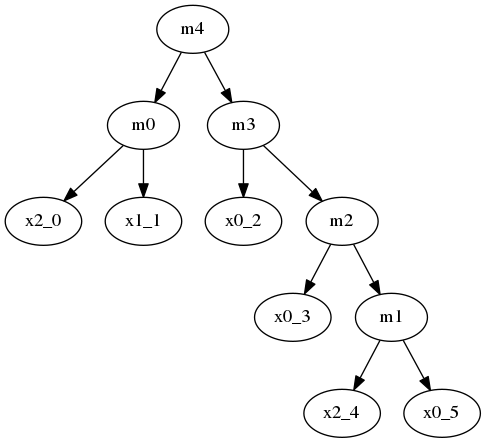
iitramar/guiTool keeps this Graphviz diagram as GuiTool/image/Minmix/MinmixDot.png. Above is the earlier version. Its source is kept beside it as GuiTool/image/Minmix/MinmixDot.dot. The source it was exported from:
```dot
digraph minmix{
rankdir = TD;
 size="8,10.5";
 m4 -> m0 ;
m4 -> m3;
m0 -> x2_0 ;
m0 -> x1_1;
m3 -> x0_2 ;
m3 -> m2;
m2 -> x0_3 ;
m2 -> m1;
m1 -> x2_4 ;
m1 -> x0_5;
}
```
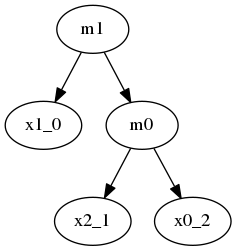
After the change.

Change to the diagram source:
```diff
@@ -1,14 +1,8 @@
 digraph minmix{
 rankdir = TD;
  size="8,10.5";
- m4 -> m0 ;
-m4 -> m3;
-m0 -> x2_0 ;
-m0 -> x1_1;
-m3 -> x0_2 ;
-m3 -> m2;
-m2 -> x0_3 ;
-m2 -> m1;
-m1 -> x2_4 ;
-m1 -> x0_5;
+ m1 -> x1_0 ;
+m1 -> m0;
+m0 -> x2_1 ;
+m0 -> x0_2;
 }
```
